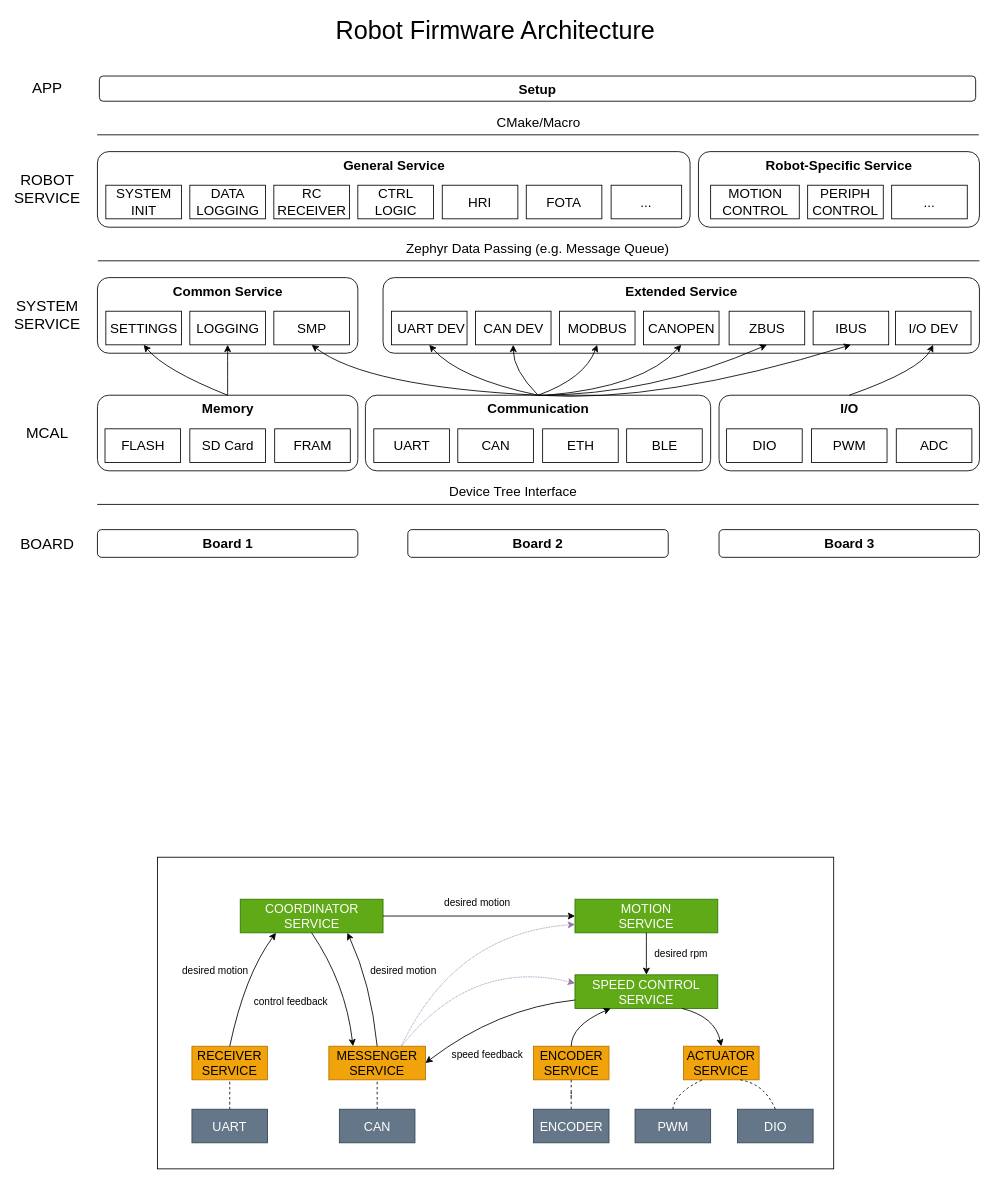
Earlier version of the draw.io diagram docs/robot/wt200/firmware/tbot_firmware.drawio (rxdu/robofw). Source tidied: cells renumbered, new cells numbered last; positions are measured from the earlier drawing's top-left corner, leaving out a move shared by most shapes. Both pictures are drawn from the tidied source at 84%, with x=0, y=0 at pixel (22, 17).
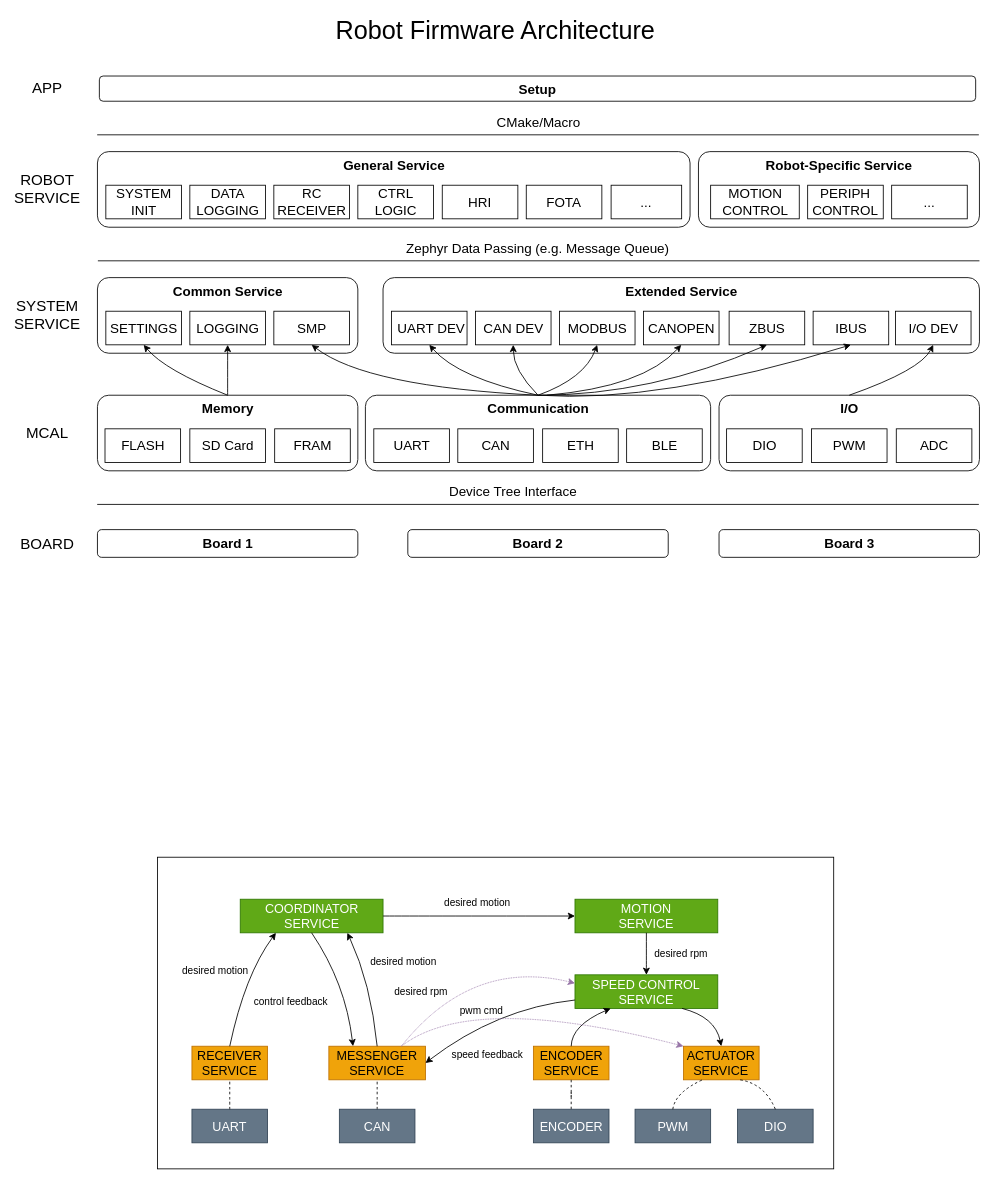
The same diagram, later.

The change refers to these unchanged cells:
```xml
<mxCell id="74" value="ACTUATOR&lt;br style=&quot;font-size: 15px&quot;&gt;SERVICE" style="rounded=0;whiteSpace=wrap;html=1;fontFamily=Helvetica;fontSize=15;fontColor=#000000;align=center;fillColor=#f0a30a;strokeColor=#BD7000;" parent="1" vertex="1">
  <mxGeometry x="787.2" y="1225" width="90" height="40" as="geometry" />
</mxCell>
<mxCell id="78" value="MESSENGER&lt;br&gt;SERVICE" style="rounded=0;whiteSpace=wrap;html=1;fontFamily=Helvetica;fontSize=15;fontColor=#000000;align=center;fillColor=#f0a30a;strokeColor=#BD7000;" parent="1" vertex="1">
  <mxGeometry x="365" y="1225" width="115" height="40" as="geometry" />
</mxCell>
<mxCell id="84" value="MOTION&lt;br&gt;SERVICE" style="rounded=0;whiteSpace=wrap;html=1;fontFamily=Helvetica;fontSize=15;fontColor=#ffffff;align=center;fillColor=#60a917;strokeColor=#2D7600;" parent="1" vertex="1">
  <mxGeometry x="658" y="1050" width="170" height="40" as="geometry" />
</mxCell>
```

What changed in the source:
```diff
@@
     <mxCell id="95" value="desired motion" style="text;html=1;strokeColor=none;fillColor=none;align=center;verticalAlign=middle;whiteSpace=wrap;rounded=0;" parent="1" vertex="1">
-      <mxGeometry x="398.5" y="1121" width="110" height="30" as="geometry" />
+      <mxGeometry x="398.5" y="1110" width="110" height="30" as="geometry" />
     </mxCell>
@@
-    <mxCell id="100" style="curved=1;endArrow=classic;html=1;rounded=0;fontSize=16;exitX=0.75;exitY=0;exitDx=0;exitDy=0;entryX=0;entryY=0.75;entryDx=0;entryDy=0;fillColor=#e1d5e7;strokeColor=#9673a6;strokeWidth=1;dashed=1;dashPattern=1 1;" parent="1" edge="1" source="78" target="84">
-      <mxGeometry relative="1" as="geometry">
-        <Array as="points">
-          <mxPoint x="515" y="1090" />
-        </Array>
-      </mxGeometry>
-    </mxCell>
@@
+    <mxCell id="102" style="curved=1;endArrow=classic;html=1;rounded=0;fontSize=16;exitX=0.75;exitY=0;exitDx=0;exitDy=0;entryX=0;entryY=0;entryDx=0;entryDy=0;fillColor=#e1d5e7;strokeColor=#9673a6;strokeWidth=1;dashed=1;dashPattern=1 1;" parent="1" edge="1" source="78" target="74">
+      <mxGeometry relative="1" as="geometry">
+        <Array as="points">
+          <mxPoint x="535" y="1160" />
+        </Array>
+      </mxGeometry>
+    </mxCell>
+    <mxCell id="103" value="desired rpm" style="text;html=1;strokeColor=none;fillColor=none;align=center;verticalAlign=middle;whiteSpace=wrap;rounded=0;" parent="1" vertex="1">
+      <mxGeometry x="419.5" y="1145" width="110" height="30" as="geometry" />
+    </mxCell>
+    <mxCell id="104" value="pwm cmd" style="text;html=1;strokeColor=none;fillColor=none;align=center;verticalAlign=middle;whiteSpace=wrap;rounded=0;" parent="1" vertex="1">
+      <mxGeometry x="492" y="1168" width="110" height="30" as="geometry" />
+    </mxCell>
```
